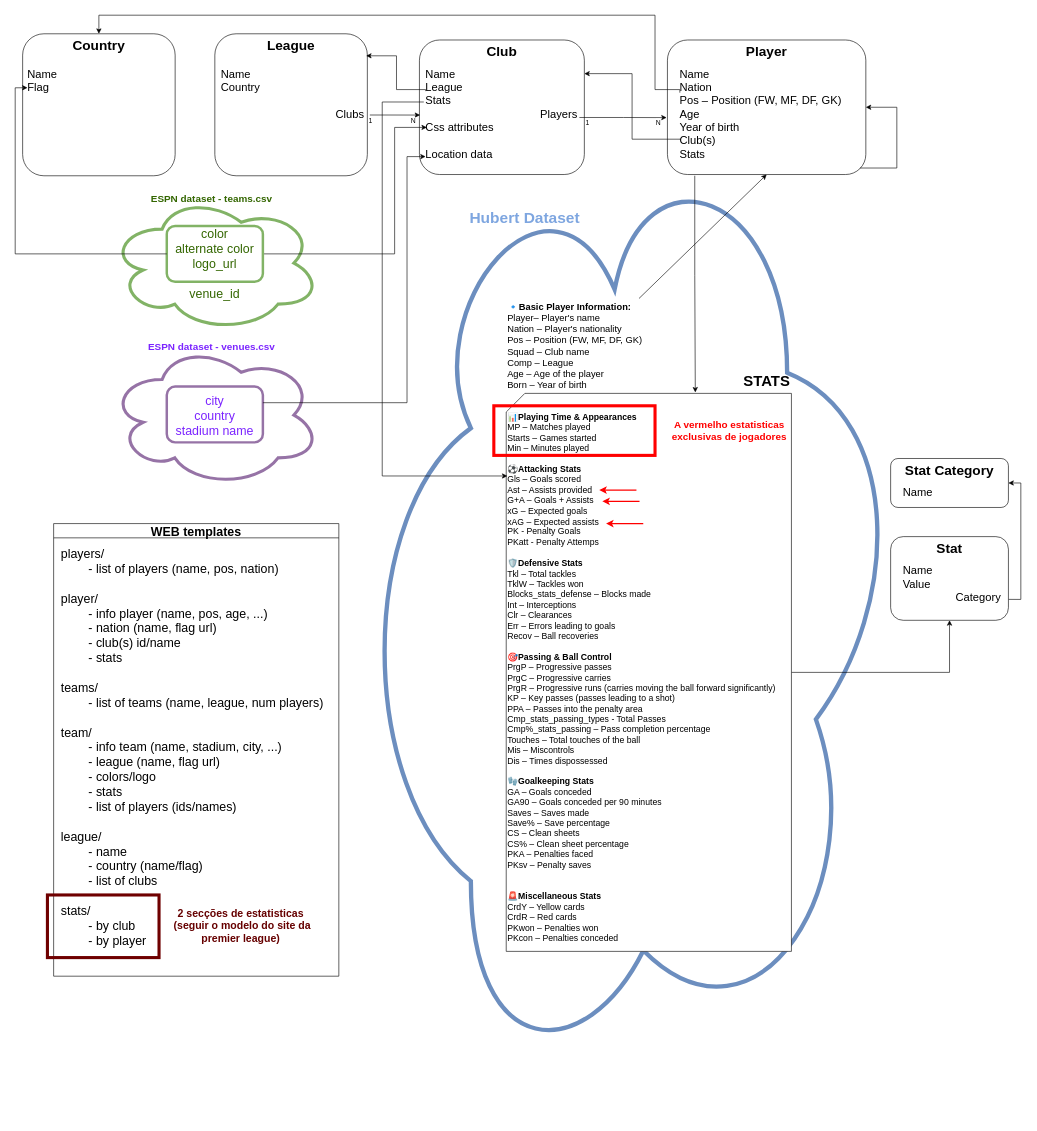
Earlier version of the draw.io diagram docs/ws_model_schema.drawio (GuiAmorim03/WS-Project-2). Source tidied: cells renumbered, new cells numbered last; positions are measured from the earlier drawing's top-left corner, leaving out a move shared by most shapes. Both pictures are drawn from the tidied source at 62%, with x=0, y=0 at pixel (15, 15).
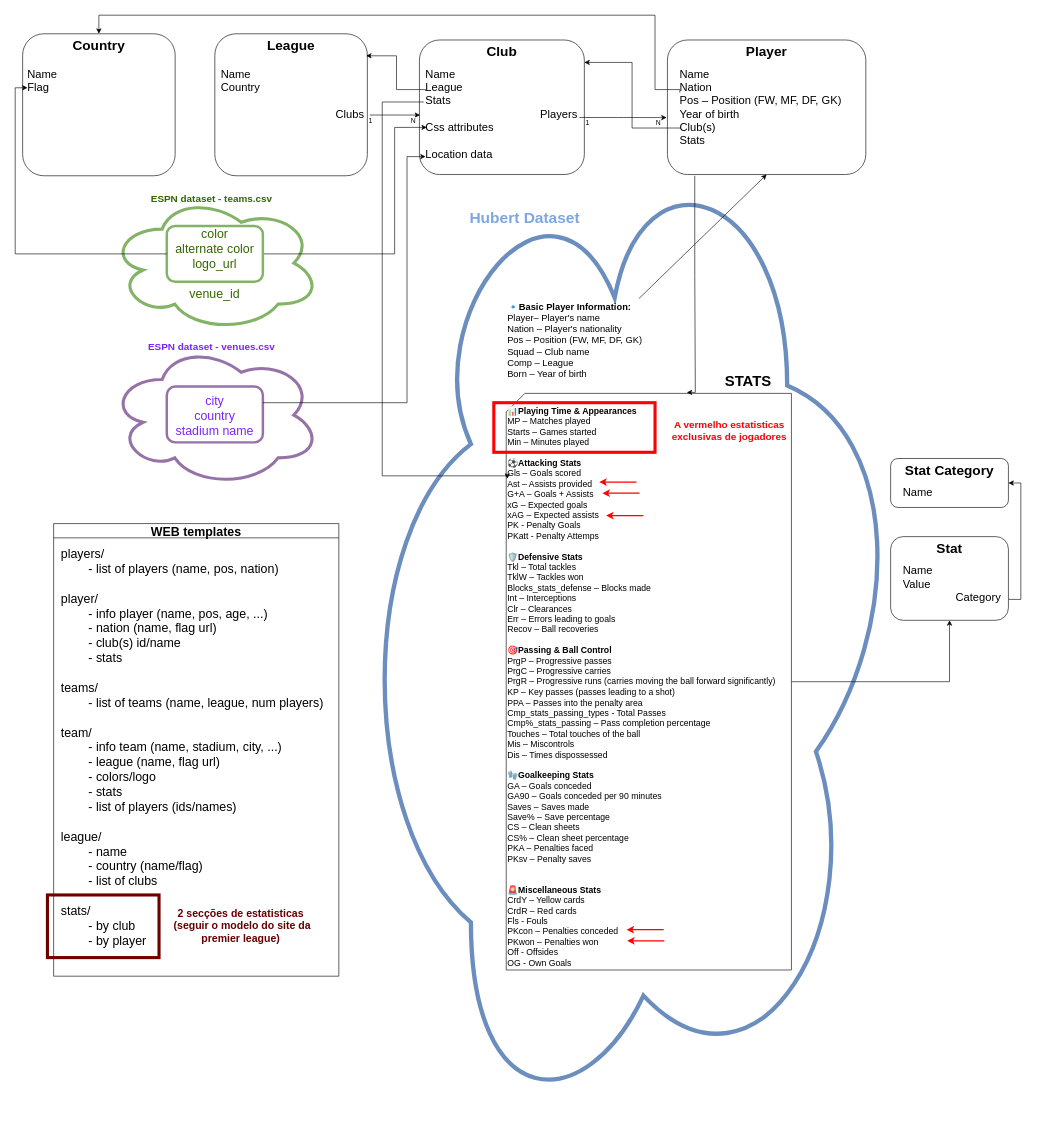
Above is the later version.

Commit message (it also covers changes not shown here):
create stats for players

Unchanged cells that the change refers to:
```xml
<mxCell id="4" value="Club" style="rounded=1;whiteSpace=wrap;html=1;fontSize=22;verticalAlign=top;fontStyle=1;" parent="1" vertex="1">
  <mxGeometry x="652" y="40" width="266" height="217" as="geometry" />
</mxCell>
<mxCell id="5" value="Player" style="rounded=1;whiteSpace=wrap;html=1;fontSize=22;verticalAlign=top;fontStyle=1;" parent="1" vertex="1">
  <mxGeometry x="1052" y="40" width="320" height="217" as="geometry" />
</mxCell>
```

Diff of the diagram source:
```diff
@@
     <mxCell id="3" style="ellipse;shape=cloud;whiteSpace=wrap;html=1;rotation=90;fillColor=none;strokeColor=#6c8ebf;strokeWidth=7;" parent="1" vertex="1">
-      <mxGeometry x="267.6" y="485.6" width="1491.2" height="927.5" as="geometry" />
+      <mxGeometry x="226.1" y="527.2" width="1574.4" height="927.5" as="geometry" />
     </mxCell>
@@
-    <mxCell id="7" value="&lt;div&gt;&lt;br&gt;&lt;/div&gt;&lt;div&gt;&lt;b&gt;📊Playing Time &amp;amp; Appearances&lt;/b&gt;&lt;/div&gt;&lt;div&gt;MP – Matches played&lt;/div&gt;&lt;div&gt;Starts – Games started&lt;/div&gt;&lt;div&gt;Min – Minutes played&lt;/div&gt;&lt;div&gt;&lt;br&gt;&lt;/div&gt;&lt;div&gt;&lt;b&gt;⚽Attacking Stats&lt;/b&gt;&lt;/div&gt;&lt;div&gt;Gls – Goals scored&lt;/div&gt;&lt;div&gt;Ast – Assists provided&lt;/div&gt;&lt;div&gt;G+A – Goals + Assists&lt;/div&gt;&lt;div&gt;xG – Expected goals&lt;/div&gt;&lt;div&gt;xAG – Expected assists&lt;/div&gt;&lt;div&gt;PK - Penalty Goals&lt;/div&gt;&lt;div&gt;PKatt - Penalty Attemps&lt;/div&gt;&lt;div&gt;&lt;br&gt;&lt;/div&gt;&lt;div&gt;&lt;b&gt;🛡️Defensive Stats&lt;/b&gt;&lt;/div&gt;&lt;div&gt;Tkl – Total tackles&lt;/div&gt;&lt;div&gt;TklW – Tackles won&lt;/div&gt;&lt;div&gt;Blocks_stats_defense – Blocks made&lt;/div&gt;&lt;div&gt;Int – Interceptions&lt;/div&gt;&lt;div&gt;Clr – Clearances&lt;/div&gt;&lt;div&gt;Err – Errors leading to goals&lt;/div&gt;&lt;div&gt;Recov – Ball recoveries&lt;/div&gt;&lt;div&gt;&lt;br&gt;&lt;/div&gt;&lt;div&gt;&lt;b&gt;🎯Passing &amp;amp; Ball Control&lt;/b&gt;&lt;/div&gt;&lt;div&gt;PrgP – Progressive passes&lt;/div&gt;&lt;div&gt;PrgC – Progressive carries&lt;/div&gt;&lt;div&gt;PrgR – Progressive runs (carries moving the ball forward significantly)&lt;/div&gt;&lt;div&gt;KP – Key passes (passes leading to a shot)&lt;/div&gt;&lt;div&gt;PPA – Passes into the penalty area&lt;/div&gt;&lt;div&gt;Cmp_stats_passing_types - Total Passes&lt;/div&gt;&lt;div&gt;Cmp%_stats_passing – Pass completion percentage&lt;/div&gt;&lt;div&gt;Touches – Total touches of the ball&lt;/div&gt;&lt;div&gt;Mis – Miscontrols&lt;/div&gt;&lt;div&gt;Dis – Times dispossessed&lt;/div&gt;&lt;div&gt;&lt;br&gt;&lt;/div&gt;&lt;div&gt;&lt;b&gt;🧤Goalkeeping Stats&lt;/b&gt;&lt;/div&gt;&lt;div&gt;GA – Goals conceded&lt;/div&gt;&lt;div&gt;GA90 – Goals conceded per 90 minutes&lt;/div&gt;&lt;div&gt;Saves – Saves made&lt;/div&gt;&lt;div&gt;Save% – Save percentage&lt;/div&gt;&lt;div&gt;CS – Clean sheets&lt;/div&gt;&lt;div&gt;CS% – Clean sheet percentage&lt;/div&gt;&lt;div&gt;PKA – Penalties faced&lt;/div&gt;&lt;div&gt;PKsv – Penalty saves&lt;/div&gt;&lt;div&gt;&lt;br&gt;&lt;/div&gt;&lt;div&gt;&lt;br&gt;&lt;/div&gt;&lt;div&gt;&lt;b&gt;🚨Miscellaneous Stats&lt;/b&gt;&lt;/div&gt;&lt;div&gt;CrdY – Yellow cards&lt;/div&gt;&lt;div&gt;CrdR – Red cards&lt;/div&gt;&lt;div&gt;PKwon – Penalties won&lt;/div&gt;&lt;div&gt;PKcon – Penalties conceded&amp;nbsp;&lt;/div&gt;" style="shape=card;whiteSpace=wrap;html=1;align=left;fontSize=14;" parent="1" vertex="1">
-      <mxGeometry x="792" y="610" width="460" height="900" as="geometry" />
+    <mxCell id="7" value="&lt;div&gt;&lt;br&gt;&lt;/div&gt;&lt;div&gt;&lt;b&gt;📊Playing Time &amp;amp; Appearances&lt;/b&gt;&lt;/div&gt;&lt;div&gt;MP – Matches played&lt;/div&gt;&lt;div&gt;Starts – Games started&lt;/div&gt;&lt;div&gt;Min – Minutes played&lt;/div&gt;&lt;div&gt;&lt;br&gt;&lt;/div&gt;&lt;div&gt;&lt;b&gt;⚽Attacking Stats&lt;/b&gt;&lt;/div&gt;&lt;div&gt;Gls – Goals scored&lt;/div&gt;&lt;div&gt;Ast – Assists provided&lt;/div&gt;&lt;div&gt;G+A – Goals + Assists&lt;/div&gt;&lt;div&gt;xG – Expected goals&lt;/div&gt;&lt;div&gt;xAG – Expected assists&lt;/div&gt;&lt;div&gt;PK - Penalty Goals&lt;/div&gt;&lt;div&gt;PKatt - Penalty Attemps&lt;/div&gt;&lt;div&gt;&lt;div&gt;&lt;br&gt;&lt;/div&gt;&lt;/div&gt;&lt;div&gt;&lt;b&gt;🛡️Defensive Stats&lt;/b&gt;&lt;/div&gt;&lt;div&gt;Tkl – Total tackles&lt;/div&gt;&lt;div&gt;TklW – Tackles won&lt;/div&gt;&lt;div&gt;Blocks_stats_defense – Blocks made&lt;/div&gt;&lt;div&gt;Int – Interceptions&lt;/div&gt;&lt;div&gt;Clr – Clearances&lt;/div&gt;&lt;div&gt;Err – Errors leading to goals&lt;/div&gt;&lt;div&gt;Recov – Ball recoveries&lt;/div&gt;&lt;div&gt;&lt;br&gt;&lt;/div&gt;&lt;div&gt;&lt;b&gt;🎯Passing &amp;amp; Ball Control&lt;/b&gt;&lt;/div&gt;&lt;div&gt;PrgP – Progressive passes&lt;/div&gt;&lt;div&gt;PrgC – Progressive carries&lt;/div&gt;&lt;div&gt;PrgR – Progressive runs (carries moving the ball forward significantly)&lt;/div&gt;&lt;div&gt;KP – Key passes (passes leading to a shot)&lt;/div&gt;&lt;div&gt;PPA – Passes into the penalty area&lt;/div&gt;&lt;div&gt;Cmp_stats_passing_types - Total Passes&lt;/div&gt;&lt;div&gt;Cmp%_stats_passing – Pass completion percentage&lt;/div&gt;&lt;div&gt;Touches – Total touches of the ball&lt;/div&gt;&lt;div&gt;Mis – Miscontrols&lt;/div&gt;&lt;div&gt;Dis – Times dispossessed&lt;/div&gt;&lt;div&gt;&lt;br&gt;&lt;/div&gt;&lt;div&gt;&lt;b&gt;🧤Goalkeeping Stats&lt;/b&gt;&lt;/div&gt;&lt;div&gt;GA – Goals conceded&lt;/div&gt;&lt;div&gt;GA90 – Goals conceded per 90 minutes&lt;/div&gt;&lt;div&gt;Saves – Saves made&lt;/div&gt;&lt;div&gt;Save% – Save percentage&lt;/div&gt;&lt;div&gt;CS – Clean sheets&lt;/div&gt;&lt;div&gt;CS% – Clean sheet percentage&lt;/div&gt;&lt;div&gt;PKA – Penalties faced&lt;/div&gt;&lt;div&gt;PKsv – Penalty saves&lt;/div&gt;&lt;div&gt;&lt;br&gt;&lt;/div&gt;&lt;div&gt;&lt;br&gt;&lt;/div&gt;&lt;div&gt;&lt;b&gt;🚨Miscellaneous Stats&lt;/b&gt;&lt;/div&gt;&lt;div&gt;CrdY – Yellow cards&lt;/div&gt;&lt;div&gt;CrdR – Red cards&lt;/div&gt;&lt;div&gt;Fls - Fouls&lt;/div&gt;&lt;div&gt;&lt;span style=&quot;background-color: transparent; color: light-dark(rgb(0, 0, 0), rgb(255, 255, 255));&quot;&gt;PKcon – Penalties conceded&lt;br&gt;&lt;/span&gt;&lt;div&gt;PKwon – Penalties won&lt;/div&gt;&lt;/div&gt;&lt;div&gt;Off - Offsides&lt;br&gt;OG - Own Goals&lt;/div&gt;" style="shape=card;whiteSpace=wrap;html=1;align=left;fontSize=14;" parent="1" vertex="1">
+      <mxGeometry x="792" y="610" width="460" height="930" as="geometry" />
     </mxCell>
-    <mxCell id="8" value="&lt;div style=&quot;forced-color-adjust: none;&quot;&gt;&lt;b style=&quot;forced-color-adjust: none;&quot;&gt;🔹Basic Player Information:&lt;/b&gt;&lt;/div&gt;&lt;div style=&quot;forced-color-adjust: none;&quot;&gt;Player– Player's name&lt;/div&gt;&lt;div style=&quot;forced-color-adjust: none;&quot;&gt;Nation – Player's nationality&lt;/div&gt;&lt;div style=&quot;forced-color-adjust: none;&quot;&gt;Pos – Position (FW, MF, DF, GK)&lt;/div&gt;&lt;div style=&quot;forced-color-adjust: none;&quot;&gt;Squad – Club name&lt;/div&gt;&lt;div style=&quot;forced-color-adjust: none;&quot;&gt;Comp – League&lt;/div&gt;&lt;div style=&quot;forced-color-adjust: none;&quot;&gt;Age – Age of the player&lt;/div&gt;&lt;div style=&quot;forced-color-adjust: none;&quot;&gt;Born – Year of birth&lt;/div&gt;&lt;div style=&quot;forced-color-adjust: none;&quot;&gt;&lt;br style=&quot;forced-color-adjust: none; color: rgb(0, 0, 0); font-family: Helvetica; font-style: normal; font-variant-ligatures: normal; font-variant-caps: normal; font-weight: 400; letter-spacing: normal; orphans: 2; text-align: left; text-indent: 0px; text-transform: none; widows: 2; word-spacing: 0px; -webkit-text-stroke-width: 0px; white-space: normal; background-color: rgb(251, 251, 251); text-decoration-thickness: initial; text-decoration-style: initial; text-decoration-color: initial;&quot;&gt;&lt;/div&gt;" style="text;whiteSpace=wrap;html=1;fontSize=15;" parent="1" vertex="1">
+    <mxCell id="8" value="&lt;div style=&quot;forced-color-adjust: none;&quot;&gt;&lt;b style=&quot;forced-color-adjust: none;&quot;&gt;🔹Basic Player Information:&lt;/b&gt;&lt;/div&gt;&lt;div style=&quot;forced-color-adjust: none;&quot;&gt;Player– Player's name&lt;/div&gt;&lt;div style=&quot;forced-color-adjust: none;&quot;&gt;Nation – Player's nationality&lt;/div&gt;&lt;div style=&quot;forced-color-adjust: none;&quot;&gt;Pos – Position (FW, MF, DF, GK)&lt;/div&gt;&lt;div style=&quot;forced-color-adjust: none;&quot;&gt;Squad – Club name&lt;/div&gt;&lt;div style=&quot;forced-color-adjust: none;&quot;&gt;Comp – League&lt;/div&gt;&lt;div style=&quot;forced-color-adjust: none;&quot;&gt;&lt;span style=&quot;background-color: transparent; color: light-dark(rgb(0, 0, 0), rgb(255, 255, 255));&quot;&gt;Born – Year of birth&lt;/span&gt;&lt;/div&gt;&lt;div style=&quot;forced-color-adjust: none;&quot;&gt;&lt;br style=&quot;forced-color-adjust: none; color: rgb(0, 0, 0); font-family: Helvetica; font-style: normal; font-variant-ligatures: normal; font-variant-caps: normal; font-weight: 400; letter-spacing: normal; orphans: 2; text-align: left; text-indent: 0px; text-transform: none; widows: 2; word-spacing: 0px; -webkit-text-stroke-width: 0px; white-space: normal; background-color: rgb(251, 251, 251); text-decoration-thickness: initial; text-decoration-style: initial; text-decoration-color: initial;&quot;&gt;&lt;/div&gt;" style="text;whiteSpace=wrap;html=1;fontSize=15;" parent="1" vertex="1">
       <mxGeometry x="792" y="455" width="230" height="150" as="geometry" />
     </mxCell>
     <mxCell id="9" value="&lt;h1 style=&quot;margin-top: 0px;&quot;&gt;&lt;span style=&quot;background-color: transparent; color: light-dark(rgb(0, 0, 0), rgb(255, 255, 255));&quot;&gt;STATS&lt;/span&gt;&lt;/h1&gt;" style="text;html=1;whiteSpace=wrap;overflow=hidden;rounded=0;align=right;" parent="1" vertex="1">
-      <mxGeometry x="967" y="570" width="285" height="40" as="geometry" />
+      <mxGeometry x="967" y="570" width="255" height="40" as="geometry" />
     </mxCell>
     <mxCell id="10" style="rounded=0;whiteSpace=wrap;html=1;labelBackgroundColor=none;fillColor=none;strokeColor=#FF0000;strokeWidth=5;" parent="1" vertex="1">
-      <mxGeometry x="772" y="630" width="260" height="80" as="geometry" />
+      <mxGeometry x="772" y="625" width="260" height="80" as="geometry" />
     </mxCell>
     <mxCell id="11" style="endArrow=classic;html=1;rounded=0;strokeColor=#FF0000;strokeWidth=2;" parent="1" edge="1">
       <mxGeometry relative="1" as="geometry">
-        <mxPoint x="1002" y="766" as="sourcePoint" />
-        <mxPoint x="942" y="766" as="targetPoint" />
+        <mxPoint x="1002" y="753" as="sourcePoint" />
+        <mxPoint x="942" y="753" as="targetPoint" />
       </mxGeometry>
     </mxCell>
     <mxCell id="12" style="endArrow=classic;html=1;rounded=0;strokeColor=#FF0000;strokeWidth=2;" parent="1" edge="1">
       <mxGeometry relative="1" as="geometry">
-        <mxPoint x="1007" y="784" as="sourcePoint" />
-        <mxPoint x="947" y="784" as="targetPoint" />
+        <mxPoint x="1007" y="771" as="sourcePoint" />
+        <mxPoint x="947" y="771" as="targetPoint" />
       </mxGeometry>
     </mxCell>
     <mxCell id="13" style="endArrow=classic;html=1;rounded=0;strokeColor=#FF0000;strokeWidth=2;" parent="1" edge="1">
       <mxGeometry relative="1" as="geometry">
-        <mxPoint x="1013" y="820" as="sourcePoint" />
-        <mxPoint x="953" y="820" as="targetPoint" />
+        <mxPoint x="1013" y="807" as="sourcePoint" />
+        <mxPoint x="953" y="807" as="targetPoint" />
       </mxGeometry>
     </mxCell>
@@
-    <mxCell id="17" style="edgeStyle=orthogonalEdgeStyle;rounded=0;jettySize=auto;html=1;exitX=1.002;exitY=0.925;exitDx=0;exitDy=0;entryX=1;entryY=0.5;entryDx=0;entryDy=0;exitPerimeter=0;" parent="1" edge="1" source="18" target="5">
-      <mxGeometry relative="1" as="geometry">
-        <Array as="points">
-          <mxPoint x="1422" y="246" />
-          <mxPoint x="1422" y="149" />
-        </Array>
-      </mxGeometry>
-    </mxCell>
-    <mxCell id="18" value="&lt;div style=&quot;forced-color-adjust: none;&quot;&gt;&lt;span style=&quot;background-color: transparent; color: light-dark(rgb(0, 0, 0), rgb(255, 255, 255));&quot;&gt;Name&lt;/span&gt;&lt;/div&gt;&lt;div style=&quot;forced-color-adjust: none;&quot;&gt;Nation&lt;/div&gt;&lt;div style=&quot;forced-color-adjust: none;&quot;&gt;Pos – Position (FW, MF, DF, GK)&lt;/div&gt;&lt;div style=&quot;forced-color-adjust: none;&quot;&gt;&lt;span style=&quot;background-color: transparent; color: light-dark(rgb(0, 0, 0), rgb(255, 255, 255));&quot;&gt;Age&lt;/span&gt;&lt;/div&gt;&lt;div style=&quot;forced-color-adjust: none;&quot;&gt;Year of birth&lt;/div&gt;&lt;div style=&quot;forced-color-adjust: none;&quot;&gt;&lt;div&gt;Club(s)&lt;/div&gt;&lt;div&gt;Stats&lt;/div&gt;&lt;div style=&quot;text-align: right;&quot;&gt;&lt;br&gt;&lt;/div&gt;&lt;/div&gt;" style="text;whiteSpace=wrap;html=1;fontSize=18;spacing=0;spacingBottom=4;" parent="1" vertex="1">
+    <mxCell id="18" value="&lt;div style=&quot;forced-color-adjust: none;&quot;&gt;&lt;span style=&quot;background-color: transparent; color: light-dark(rgb(0, 0, 0), rgb(255, 255, 255));&quot;&gt;Name&lt;/span&gt;&lt;/div&gt;&lt;div style=&quot;forced-color-adjust: none;&quot;&gt;Nation&lt;/div&gt;&lt;div style=&quot;forced-color-adjust: none;&quot;&gt;Pos – Position (FW, MF, DF, GK)&lt;/div&gt;&lt;div style=&quot;forced-color-adjust: none;&quot;&gt;&lt;span style=&quot;background-color: transparent; color: light-dark(rgb(0, 0, 0), rgb(255, 255, 255));&quot;&gt;Year of birth&lt;/span&gt;&lt;/div&gt;&lt;div style=&quot;forced-color-adjust: none;&quot;&gt;&lt;div&gt;Club(s)&lt;/div&gt;&lt;div&gt;Stats&lt;/div&gt;&lt;div style=&quot;text-align: right;&quot;&gt;&lt;br&gt;&lt;/div&gt;&lt;/div&gt;" style="text;whiteSpace=wrap;html=1;fontSize=18;spacing=0;spacingBottom=4;" parent="1" vertex="1">
       <mxGeometry x="1072" y="80" width="290" height="180" as="geometry" />
     </mxCell>
@@
-    <mxCell id="24" style="edgeStyle=orthogonalEdgeStyle;rounded=0;jettySize=auto;html=1;entryX=1;entryY=0.25;entryDx=0;entryDy=0;" parent="1" edge="1" target="4">
+    <mxCell id="24" style="edgeStyle=orthogonalEdgeStyle;rounded=0;orthogonalLoop=1;jettySize=auto;html=1;entryX=1;entryY=0.25;entryDx=0;entryDy=0;" parent="1" edge="1">
       <mxGeometry relative="1" as="geometry">
-        <mxPoint x="1072" y="200" as="sourcePoint" />
+        <mxPoint x="1072" y="182" as="sourcePoint" />
+        <mxPoint x="918" y="76.2" as="targetPoint" />
         <Array as="points">
-          <mxPoint x="1073" y="200" />
-          <mxPoint x="995" y="200" />
-          <mxPoint x="995" y="94" />
+          <mxPoint x="1073" y="182" />
+          <mxPoint x="995" y="182" />
+          <mxPoint x="995" y="76" />
         </Array>
       </mxGeometry>
     </mxCell>
@@
+    <mxCell id="52" style="endArrow=classic;html=1;rounded=0;strokeColor=#FF0000;strokeWidth=2;" parent="1" edge="1">
+      <mxGeometry relative="1" as="geometry">
+        <mxPoint x="1046" y="1475" as="sourcePoint" />
+        <mxPoint x="986" y="1475" as="targetPoint" />
+      </mxGeometry>
+    </mxCell>
+    <mxCell id="53" style="endArrow=classic;html=1;rounded=0;strokeColor=#FF0000;strokeWidth=2;" parent="1" edge="1">
+      <mxGeometry relative="1" as="geometry">
+        <mxPoint x="1047" y="1493" as="sourcePoint" />
+        <mxPoint x="987" y="1493" as="targetPoint" />
+      </mxGeometry>
+    </mxCell>
```
